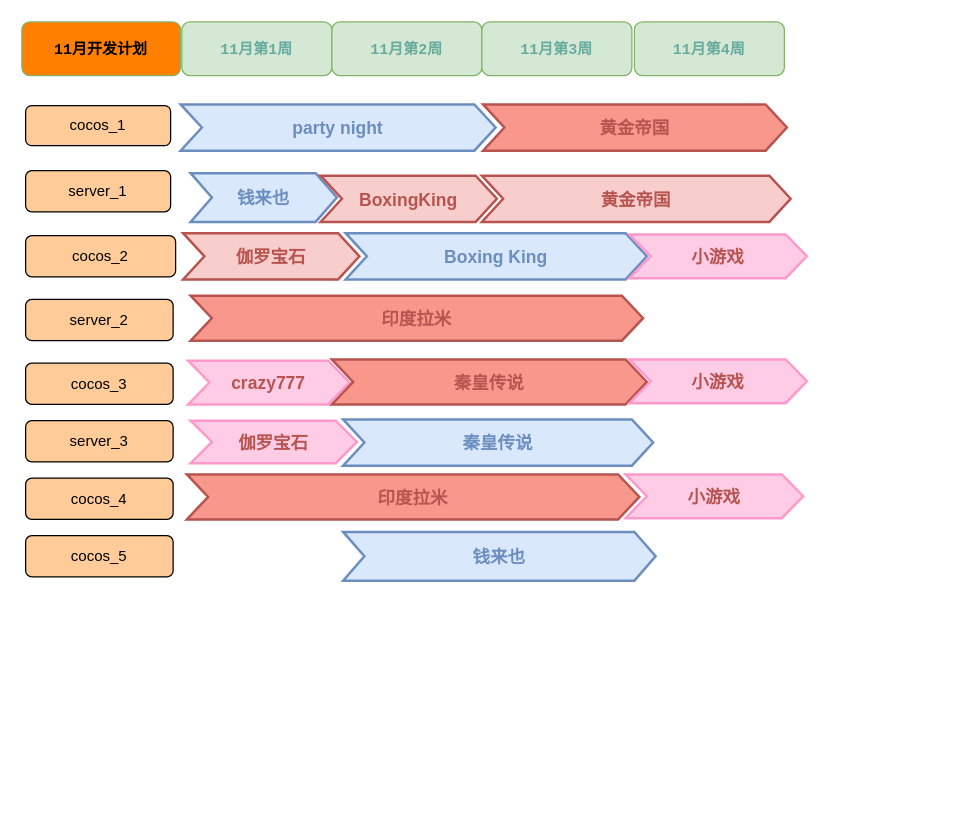
Before: 10月计划.drawio in iteevohe/images, a draw.io diagram. Source tidied: cells renumbered, new cells numbered last; positions are measured from the earlier drawing's top-left corner, leaving out a move shared by most shapes. Both pictures are drawn from the tidied source at 125%, with x=0, y=0 at pixel (21, 21).
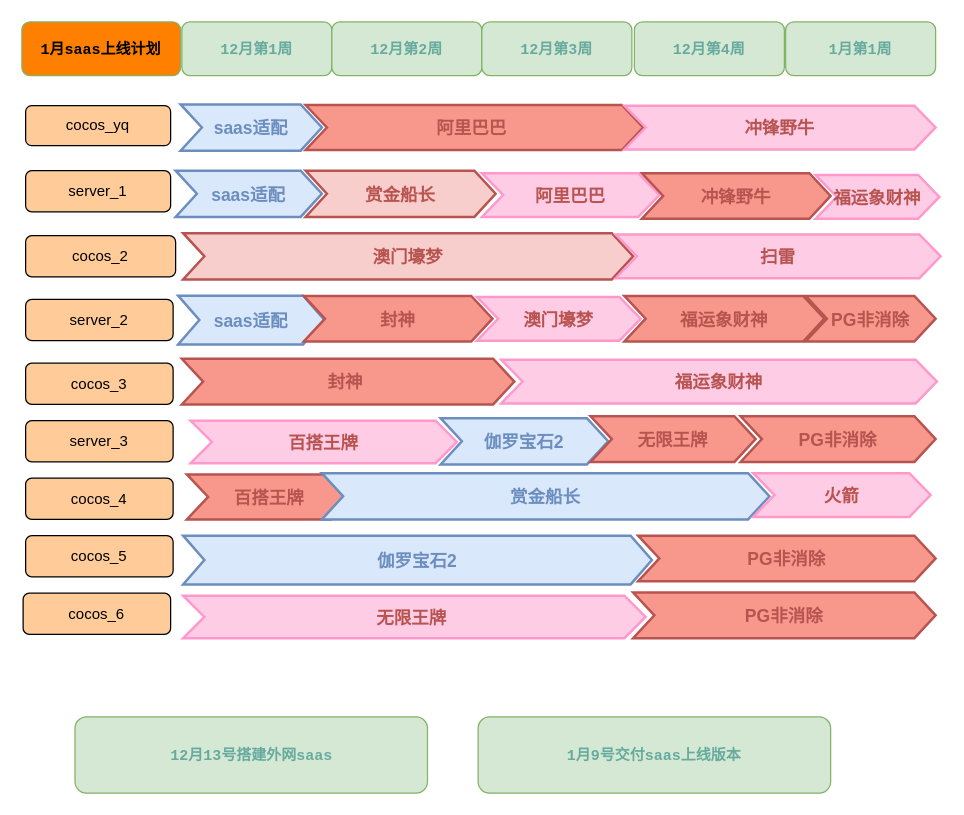
Above is the later version.

What changed in the source:
```diff
@@
     <mxCell id="2" style="swimlane;fontStyle=2;horizontal=1;startSize=0;fillColor=none;swimlaneFillColor=none;strokeColor=none;fontFamily=Helvetica;fontSize=14;fontColor=#BABABA;verticalAlign=middle;stackBorder=10;" parent="1" vertex="1">
-      <mxGeometry x="117" y="56" width="505" height="57" as="geometry" />
+      <mxGeometry x="117" y="56" width="133" height="57" as="geometry" />
     </mxCell>
-    <mxCell id="3" value="party night" style="shape=step;perimeter=stepPerimeter;strokeColor=#6C8EBF;fontFamily=Helvetica;fontSize=14;fontColor=#6C8EBF;fillColor=#dae8fc;fixedSize=1;size=17;fontStyle=1;strokeWidth=2;spacingTop=0;" parent="2" vertex="1">
-      <mxGeometry x="10" y="10" width="252" height="37" as="geometry" />
+    <mxCell id="3" value="saas适配" style="shape=step;perimeter=stepPerimeter;strokeColor=#6C8EBF;fontFamily=Helvetica;fontSize=14;fontColor=#6C8EBF;fillColor=#dae8fc;fixedSize=1;size=17;fontStyle=1;strokeWidth=2;spacingTop=0;" parent="2" vertex="1">
+      <mxGeometry x="10" y="10" width="113" height="37" as="geometry" />
     </mxCell>
-    <mxCell id="4" value="黄金帝国" style="shape=step;perimeter=stepPerimeter;strokeColor=#B85450;fontFamily=Helvetica;fontSize=14;fontColor=#B85450;fillColor=#F8988D;fixedSize=1;size=17;fontStyle=1;strokeWidth=2;spacingTop=0;" parent="2" vertex="1">
-      <mxGeometry x="252" y="10" width="243" height="37" as="geometry" />
-    </mxCell>
-    <mxCell id="5" value="&lt;font style=&quot;&quot; face=&quot;Courier New&quot;&gt;&lt;b style=&quot;&quot;&gt;11月开发计划&lt;/b&gt;&lt;/font&gt;" style="rounded=1;whiteSpace=wrap;html=1;fillColor=#FF8000;strokeColor=#82b366;" parent="1" vertex="1">
+    <mxCell id="5" value="&lt;font style=&quot;&quot; face=&quot;Courier New&quot;&gt;&lt;b style=&quot;&quot;&gt;1月saas上线计划&lt;/b&gt;&lt;/font&gt;" style="rounded=1;whiteSpace=wrap;html=1;fillColor=#FF8000;strokeColor=#82b366;" parent="1" vertex="1">
       <mxGeometry width="127" height="43" as="geometry" />
     </mxCell>
-    <mxCell id="6" value="&lt;font color=&quot;#67ab9f&quot; style=&quot;&quot; face=&quot;Courier New&quot;&gt;&lt;b style=&quot;&quot;&gt;11月第1周&lt;/b&gt;&lt;/font&gt;" style="rounded=1;whiteSpace=wrap;html=1;fillColor=#d5e8d4;strokeColor=#82b366;" parent="1" vertex="1">
+    <mxCell id="6" value="&lt;font color=&quot;#67ab9f&quot; style=&quot;&quot; face=&quot;Courier New&quot;&gt;&lt;b style=&quot;&quot;&gt;12月第1周&lt;/b&gt;&lt;/font&gt;" style="rounded=1;whiteSpace=wrap;html=1;fillColor=#d5e8d4;strokeColor=#82b366;" parent="1" vertex="1">
       <mxGeometry x="128" width="120" height="43" as="geometry" />
     </mxCell>
-    <mxCell id="7" value="&lt;font color=&quot;#67ab9f&quot; style=&quot;&quot; face=&quot;Courier New&quot;&gt;&lt;b style=&quot;&quot;&gt;11月第2周&lt;/b&gt;&lt;/font&gt;" style="rounded=1;whiteSpace=wrap;html=1;fillColor=#d5e8d4;strokeColor=#82b366;" parent="1" vertex="1">
+    <mxCell id="7" value="&lt;font color=&quot;#67ab9f&quot; style=&quot;&quot; face=&quot;Courier New&quot;&gt;&lt;b style=&quot;&quot;&gt;12月第2周&lt;/b&gt;&lt;/font&gt;" style="rounded=1;whiteSpace=wrap;html=1;fillColor=#d5e8d4;strokeColor=#82b366;" parent="1" vertex="1">
       <mxGeometry x="248" width="120" height="43" as="geometry" />
     </mxCell>
-    <mxCell id="8" value="&lt;font color=&quot;#67ab9f&quot; style=&quot;&quot; face=&quot;Courier New&quot;&gt;&lt;b style=&quot;&quot;&gt;11月第3周&lt;/b&gt;&lt;/font&gt;" style="rounded=1;whiteSpace=wrap;html=1;fillColor=#d5e8d4;strokeColor=#82b366;" parent="1" vertex="1">
+    <mxCell id="8" value="&lt;font color=&quot;#67ab9f&quot; style=&quot;&quot; face=&quot;Courier New&quot;&gt;&lt;b style=&quot;&quot;&gt;12月第3周&lt;/b&gt;&lt;/font&gt;" style="rounded=1;whiteSpace=wrap;html=1;fillColor=#d5e8d4;strokeColor=#82b366;" parent="1" vertex="1">
       <mxGeometry x="368" width="120" height="43" as="geometry" />
     </mxCell>
-    <mxCell id="9" value="&lt;font color=&quot;#67ab9f&quot; style=&quot;&quot; face=&quot;Courier New&quot;&gt;&lt;b style=&quot;&quot;&gt;11月第4周&lt;/b&gt;&lt;/font&gt;" style="rounded=1;whiteSpace=wrap;html=1;fillColor=#d5e8d4;strokeColor=#82b366;" parent="1" vertex="1">
+    <mxCell id="9" value="&lt;font color=&quot;#67ab9f&quot; style=&quot;&quot; face=&quot;Courier New&quot;&gt;&lt;b style=&quot;&quot;&gt;12月第4周&lt;/b&gt;&lt;/font&gt;" style="rounded=1;whiteSpace=wrap;html=1;fillColor=#d5e8d4;strokeColor=#82b366;" parent="1" vertex="1">
       <mxGeometry x="490" width="120" height="43" as="geometry" />
     </mxCell>
-    <mxCell id="10" value="钱来也" style="shape=step;perimeter=stepPerimeter;strokeColor=#6C8EBF;fontFamily=Helvetica;fontSize=14;fontColor=#6C8EBF;fillColor=#dae8fc;fixedSize=1;size=17;fontStyle=1;strokeWidth=2;spacingTop=0;" parent="1" vertex="1">
-      <mxGeometry x="135" y="121" width="117" height="39" as="geometry" />
+    <mxCell id="10" value="saas适配" style="shape=step;perimeter=stepPerimeter;strokeColor=#6C8EBF;fontFamily=Helvetica;fontSize=14;fontColor=#6C8EBF;fillColor=#dae8fc;fixedSize=1;size=17;fontStyle=1;strokeWidth=2;spacingTop=0;" parent="1" vertex="1">
+      <mxGeometry x="123" y="119" width="117" height="37" as="geometry" />
     </mxCell>
-    <mxCell id="11" value="黄金帝国" style="shape=step;perimeter=stepPerimeter;strokeColor=#B85450;fontFamily=Helvetica;fontSize=14;fontColor=#B85450;fillColor=#f8cecc;fixedSize=1;size=17;fontStyle=1;strokeWidth=2;spacingTop=0;" parent="1" vertex="1">
-      <mxGeometry x="368" y="123" width="247" height="37" as="geometry" />
-    </mxCell>
@@
-    <mxCell id="13" value="cocos_1" style="rounded=1;whiteSpace=wrap;html=1;fillColor=#FFCC99;" parent="1" vertex="1">
+    <mxCell id="13" value="cocos_yq" style="rounded=1;whiteSpace=wrap;html=1;fillColor=#FFCC99;" parent="1" vertex="1">
       <mxGeometry x="3" y="67" width="116" height="32" as="geometry" />
     </mxCell>
@@
-    <mxCell id="15" value="伽罗宝石" style="shape=step;perimeter=stepPerimeter;strokeColor=#B85450;fontFamily=Helvetica;fontSize=14;fontColor=#B85450;fillColor=#f8cecc;fixedSize=1;size=17;fontStyle=1;strokeWidth=2;spacingTop=0;" parent="1" vertex="1">
-      <mxGeometry x="129" y="169" width="141" height="37" as="geometry" />
+    <mxCell id="15" value="澳门壕梦" style="shape=step;perimeter=stepPerimeter;strokeColor=#B85450;fontFamily=Helvetica;fontSize=14;fontColor=#B85450;fillColor=#f8cecc;fixedSize=1;size=17;fontStyle=1;strokeWidth=2;spacingTop=0;" parent="1" vertex="1">
+      <mxGeometry x="129" y="169" width="360" height="37" as="geometry" />
     </mxCell>
@@
-    <mxCell id="17" value="印度拉米" style="shape=step;perimeter=stepPerimeter;strokeColor=#B85450;fontFamily=Helvetica;fontSize=14;fontColor=#B85450;fillColor=#F8988D;fixedSize=1;size=17;fontStyle=1;strokeWidth=2;spacingTop=0;" parent="1" vertex="1">
-      <mxGeometry x="135" y="219" width="362" height="36" as="geometry" />
-    </mxCell>
@@
-    <mxCell id="19" value="crazy777" style="shape=step;perimeter=stepPerimeter;strokeColor=#FF99CC;fontFamily=Helvetica;fontSize=14;fontColor=#B85450;fillColor=#FFCCE6;fixedSize=1;size=17;fontStyle=1;strokeWidth=2;spacingTop=0;" parent="1" vertex="1">
-      <mxGeometry x="133" y="271" width="129" height="35" as="geometry" />
+    <mxCell id="19" value="福运象财神" style="shape=step;perimeter=stepPerimeter;strokeColor=#FF99CC;fontFamily=Helvetica;fontSize=14;fontColor=#B85450;fillColor=#FFCCE6;fixedSize=1;size=17;fontStyle=1;strokeWidth=2;spacingTop=0;" parent="1" vertex="1">
+      <mxGeometry x="383.5" y="270.2" width="348.5" height="35" as="geometry" />
     </mxCell>
@@
-    <mxCell id="21" value="伽罗宝石" style="shape=step;perimeter=stepPerimeter;strokeColor=#FF99CC;fontFamily=Helvetica;fontSize=14;fontColor=#B85450;fillColor=#FFCCE6;fixedSize=1;size=17;fontStyle=1;strokeWidth=2;spacingTop=0;" parent="1" vertex="1">
-      <mxGeometry x="135" y="319" width="133" height="34" as="geometry" />
+    <mxCell id="21" value="百搭王牌" style="shape=step;perimeter=stepPerimeter;strokeColor=#FF99CC;fontFamily=Helvetica;fontSize=14;fontColor=#B85450;fillColor=#FFCCE6;fixedSize=1;size=17;fontStyle=1;strokeWidth=2;spacingTop=0;" parent="1" vertex="1">
+      <mxGeometry x="135" y="319" width="213" height="34" as="geometry" />
     </mxCell>
-    <mxCell id="22" value="Boxing King" style="shape=step;perimeter=stepPerimeter;strokeColor=#6C8EBF;fontFamily=Helvetica;fontSize=14;fontColor=#6C8EBF;fillColor=#dae8fc;fixedSize=1;size=17;fontStyle=1;strokeWidth=2;spacingTop=0;" parent="1" vertex="1">
-      <mxGeometry x="259" y="169" width="241" height="37" as="geometry" />
-    </mxCell>
-    <mxCell id="23" value="小游戏" style="shape=step;perimeter=stepPerimeter;strokeColor=#FF99CC;fontFamily=Helvetica;fontSize=14;fontColor=#B85450;fillColor=#FFCCE6;fixedSize=1;size=17;fontStyle=1;strokeWidth=2;spacingTop=0;" parent="1" vertex="1">
-      <mxGeometry x="486" y="170" width="142" height="35" as="geometry" />
+    <mxCell id="23" value="扫雷" style="shape=step;perimeter=stepPerimeter;strokeColor=#FF99CC;fontFamily=Helvetica;fontSize=14;fontColor=#B85450;fillColor=#FFCCE6;fixedSize=1;size=17;fontStyle=1;strokeWidth=2;spacingTop=0;" parent="1" vertex="1">
+      <mxGeometry x="475" y="170" width="260" height="35" as="geometry" />
     </mxCell>
-    <mxCell id="24" value="秦皇传说" style="shape=step;perimeter=stepPerimeter;strokeColor=#B85450;fontFamily=Helvetica;fontSize=14;fontColor=#B85450;fillColor=#F8988D;fixedSize=1;size=17;fontStyle=1;strokeWidth=2;spacingTop=0;" parent="1" vertex="1">
-      <mxGeometry x="248" y="270" width="252" height="36" as="geometry" />
-    </mxCell>
-    <mxCell id="25" value="BoxingKing" style="shape=step;perimeter=stepPerimeter;strokeColor=#B85450;fontFamily=Helvetica;fontSize=14;fontColor=#B85450;fillColor=#f8cecc;fixedSize=1;size=17;fontStyle=1;strokeWidth=2;spacingTop=0;" parent="1" vertex="1">
-      <mxGeometry x="239" y="123" width="141" height="37" as="geometry" />
+    <mxCell id="25" value="赏金船长" style="shape=step;perimeter=stepPerimeter;strokeColor=#B85450;fontFamily=Helvetica;fontSize=14;fontColor=#B85450;fillColor=#f8cecc;fixedSize=1;size=17;fontStyle=1;strokeWidth=2;spacingTop=0;" parent="1" vertex="1">
+      <mxGeometry x="227" y="119" width="152" height="37" as="geometry" />
     </mxCell>
-    <mxCell id="26" value="秦皇传说" style="shape=step;perimeter=stepPerimeter;strokeColor=#6C8EBF;fontFamily=Helvetica;fontSize=14;fontColor=#6C8EBF;fillColor=#dae8fc;fixedSize=1;size=17;fontStyle=1;strokeWidth=2;spacingTop=0;" parent="1" vertex="1">
-      <mxGeometry x="257" y="318" width="248" height="37" as="geometry" />
+    <mxCell id="26" value="伽罗宝石2" style="shape=step;perimeter=stepPerimeter;strokeColor=#6C8EBF;fontFamily=Helvetica;fontSize=14;fontColor=#6C8EBF;fillColor=#dae8fc;fixedSize=1;size=17;fontStyle=1;strokeWidth=2;spacingTop=0;" parent="1" vertex="1">
+      <mxGeometry x="335" y="317" width="134" height="37" as="geometry" />
     </mxCell>
@@
-    <mxCell id="29" value="钱来也" style="shape=step;perimeter=stepPerimeter;strokeColor=#6C8EBF;fontFamily=Helvetica;fontSize=14;fontColor=#6C8EBF;fillColor=#dae8fc;fixedSize=1;size=17;fontStyle=1;strokeWidth=2;spacingTop=0;" parent="1" vertex="1">
-      <mxGeometry x="257" y="408" width="250" height="39" as="geometry" />
+    <mxCell id="29" value="伽罗宝石2" style="shape=step;perimeter=stepPerimeter;strokeColor=#6C8EBF;fontFamily=Helvetica;fontSize=14;fontColor=#6C8EBF;fillColor=#dae8fc;fixedSize=1;size=17;fontStyle=1;strokeWidth=2;spacingTop=0;" parent="1" vertex="1">
+      <mxGeometry x="129" y="411" width="375" height="39" as="geometry" />
     </mxCell>
-    <mxCell id="30" value="印度拉米" style="shape=step;perimeter=stepPerimeter;strokeColor=#B85450;fontFamily=Helvetica;fontSize=14;fontColor=#B85450;fillColor=#F8988D;fixedSize=1;size=17;fontStyle=1;strokeWidth=2;spacingTop=0;" parent="1" vertex="1">
-      <mxGeometry x="132" y="362" width="362" height="36" as="geometry" />
+    <mxCell id="30" value="百搭王牌" style="shape=step;perimeter=stepPerimeter;strokeColor=#B85450;fontFamily=Helvetica;fontSize=14;fontColor=#B85450;fillColor=#F8988D;fixedSize=1;size=17;fontStyle=1;strokeWidth=2;spacingTop=0;" parent="1" vertex="1">
+      <mxGeometry x="132" y="362" width="132" height="36" as="geometry" />
     </mxCell>
-    <mxCell id="31" value="小游戏" style="shape=step;perimeter=stepPerimeter;strokeColor=#FF99CC;fontFamily=Helvetica;fontSize=14;fontColor=#B85450;fillColor=#FFCCE6;fixedSize=1;size=17;fontStyle=1;strokeWidth=2;spacingTop=0;" parent="1" vertex="1">
-      <mxGeometry x="483" y="362" width="142" height="35" as="geometry" />
-    </mxCell>
-    <mxCell id="32" value="小游戏" style="shape=step;perimeter=stepPerimeter;strokeColor=#FF99CC;fontFamily=Helvetica;fontSize=14;fontColor=#B85450;fillColor=#FFCCE6;fixedSize=1;size=17;fontStyle=1;strokeWidth=2;spacingTop=0;" parent="1" vertex="1">
-      <mxGeometry x="486" y="270" width="142" height="35" as="geometry" />
-    </mxCell>
+    <mxCell id="33" value="saas适配" style="shape=step;perimeter=stepPerimeter;strokeColor=#6C8EBF;fontFamily=Helvetica;fontSize=14;fontColor=#6C8EBF;fillColor=#dae8fc;fixedSize=1;size=17;fontStyle=1;strokeWidth=2;spacingTop=0;" parent="1" vertex="1">
+      <mxGeometry x="125" y="219" width="117" height="39" as="geometry" />
+    </mxCell>
+    <mxCell id="34" value="&lt;font color=&quot;#67ab9f&quot; style=&quot;&quot; face=&quot;Courier New&quot;&gt;&lt;b style=&quot;&quot;&gt;1月第1周&lt;/b&gt;&lt;/font&gt;" style="rounded=1;whiteSpace=wrap;html=1;fillColor=#d5e8d4;strokeColor=#82b366;" parent="1" vertex="1">
+      <mxGeometry x="611" width="120" height="43" as="geometry" />
+    </mxCell>
+    <mxCell id="35" value="cocos_6" style="rounded=1;whiteSpace=wrap;html=1;fillColor=#FFCC99;" parent="1" vertex="1">
+      <mxGeometry x="1" y="457" width="118" height="33" as="geometry" />
+    </mxCell>
+    <mxCell id="36" value="赏金船长" style="shape=step;perimeter=stepPerimeter;strokeColor=#6C8EBF;fontFamily=Helvetica;fontSize=14;fontColor=#6C8EBF;fillColor=#dae8fc;fixedSize=1;size=17;fontStyle=1;strokeWidth=2;spacingTop=0;" parent="1" vertex="1">
+      <mxGeometry x="240" y="361" width="358" height="37" as="geometry" />
+    </mxCell>
+    <mxCell id="37" value="阿里巴巴 " style="shape=step;perimeter=stepPerimeter;strokeColor=#B85450;fontFamily=Helvetica;fontSize=14;fontColor=#B85450;fillColor=#F8988D;fixedSize=1;size=17;fontStyle=1;strokeWidth=2;spacingTop=0;" parent="1" vertex="1">
+      <mxGeometry x="227" y="66.5" width="270" height="36" as="geometry" />
+    </mxCell>
+    <mxCell id="38" value="阿里巴巴" style="shape=step;perimeter=stepPerimeter;strokeColor=#FF99CC;fontFamily=Helvetica;fontSize=14;fontColor=#B85450;fillColor=#FFCCE6;fixedSize=1;size=17;fontStyle=1;strokeWidth=2;spacingTop=0;" parent="1" vertex="1">
+      <mxGeometry x="368" y="121" width="142" height="35" as="geometry" />
+    </mxCell>
+    <mxCell id="39" value="封神" style="shape=step;perimeter=stepPerimeter;strokeColor=#B85450;fontFamily=Helvetica;fontSize=14;fontColor=#B85450;fillColor=#F8988D;fixedSize=1;size=17;fontStyle=1;strokeWidth=2;spacingTop=0;" parent="1" vertex="1">
+      <mxGeometry x="225.5" y="219.2" width="151" height="36.5" as="geometry" />
+    </mxCell>
+    <mxCell id="40" value="冲锋野牛" style="shape=step;perimeter=stepPerimeter;strokeColor=#B85450;fontFamily=Helvetica;fontSize=14;fontColor=#B85450;fillColor=#F8988D;fixedSize=1;size=17;fontStyle=1;strokeWidth=2;spacingTop=0;" parent="1" vertex="1">
+      <mxGeometry x="496" y="121" width="151" height="36.5" as="geometry" />
+    </mxCell>
+    <mxCell id="41" value="无限王牌 " style="shape=step;perimeter=stepPerimeter;strokeColor=#FF99CC;fontFamily=Helvetica;fontSize=14;fontColor=#B85450;fillColor=#FFCCE6;fixedSize=1;size=17;fontStyle=1;strokeWidth=2;spacingTop=0;" parent="1" vertex="1">
+      <mxGeometry x="129" y="459" width="370" height="34" as="geometry" />
+    </mxCell>
+    <mxCell id="42" value="澳门壕梦" style="shape=step;perimeter=stepPerimeter;strokeColor=#FF99CC;fontFamily=Helvetica;fontSize=14;fontColor=#B85450;fillColor=#FFCCE6;fixedSize=1;size=17;fontStyle=1;strokeWidth=2;spacingTop=0;" parent="1" vertex="1">
+      <mxGeometry x="364" y="220" width="131" height="35" as="geometry" />
+    </mxCell>
+    <mxCell id="43" value="火箭" style="shape=step;perimeter=stepPerimeter;strokeColor=#FF99CC;fontFamily=Helvetica;fontSize=14;fontColor=#B85450;fillColor=#FFCCE6;fixedSize=1;size=17;fontStyle=1;strokeWidth=2;spacingTop=0;" parent="1" vertex="1">
+      <mxGeometry x="585" y="361" width="142" height="35" as="geometry" />
+    </mxCell>
+    <mxCell id="44" value="封神 " style="shape=step;perimeter=stepPerimeter;strokeColor=#B85450;fontFamily=Helvetica;fontSize=14;fontColor=#B85450;fillColor=#F8988D;fixedSize=1;size=17;fontStyle=1;strokeWidth=2;spacingTop=0;" parent="1" vertex="1">
+      <mxGeometry x="128" y="269.5" width="266" height="36.5" as="geometry" />
+    </mxCell>
+    <mxCell id="45" value="冲锋野牛" style="shape=step;perimeter=stepPerimeter;strokeColor=#FF99CC;fontFamily=Helvetica;fontSize=14;fontColor=#B85450;fillColor=#FFCCE6;fixedSize=1;size=17;fontStyle=1;strokeWidth=2;spacingTop=0;" parent="1" vertex="1">
+      <mxGeometry x="482" y="67" width="249" height="35" as="geometry" />
+    </mxCell>
+    <mxCell id="46" value="PG非消除" style="shape=step;perimeter=stepPerimeter;strokeColor=#B85450;fontFamily=Helvetica;fontSize=14;fontColor=#B85450;fillColor=#F8988D;fixedSize=1;size=17;fontStyle=1;strokeWidth=2;spacingTop=0;" parent="1" vertex="1">
+      <mxGeometry x="493" y="411" width="238" height="36.5" as="geometry" />
+    </mxCell>
+    <mxCell id="47" value="福运象财神" style="shape=step;perimeter=stepPerimeter;strokeColor=#FF99CC;fontFamily=Helvetica;fontSize=14;fontColor=#B85450;fillColor=#FFCCE6;fixedSize=1;size=17;fontStyle=1;strokeWidth=2;spacingTop=0;" parent="1" vertex="1">
+      <mxGeometry x="635" y="122.5" width="99" height="35" as="geometry" />
+    </mxCell>
+    <mxCell id="48" value="PG非消除" style="shape=step;perimeter=stepPerimeter;strokeColor=#B85450;fontFamily=Helvetica;fontSize=14;fontColor=#B85450;fillColor=#F8988D;fixedSize=1;size=17;fontStyle=1;strokeWidth=2;spacingTop=0;" parent="1" vertex="1">
+      <mxGeometry x="489" y="456.5" width="242" height="36.5" as="geometry" />
+    </mxCell>
+    <mxCell id="49" value="无限王牌" style="shape=step;perimeter=stepPerimeter;strokeColor=#B85450;fontFamily=Helvetica;fontSize=14;fontColor=#B85450;fillColor=#F8988D;fixedSize=1;size=17;fontStyle=1;strokeWidth=2;spacingTop=0;" parent="1" vertex="1">
+      <mxGeometry x="455" y="315.5" width="132" height="36.5" as="geometry" />
+    </mxCell>
+    <mxCell id="50" value="福运象财神" style="shape=step;perimeter=stepPerimeter;strokeColor=#B85450;fontFamily=Helvetica;fontSize=14;fontColor=#B85450;fillColor=#F8988D;fixedSize=1;size=17;fontStyle=1;strokeWidth=2;spacingTop=0;" parent="1" vertex="1">
+      <mxGeometry x="482" y="219.2" width="160" height="36.5" as="geometry" />
+    </mxCell>
+    <mxCell id="51" value="PG非消除" style="shape=step;perimeter=stepPerimeter;strokeColor=#B85450;fontFamily=Helvetica;fontSize=14;fontColor=#B85450;fillColor=#F8988D;fixedSize=1;size=17;fontStyle=1;strokeWidth=2;spacingTop=0;" parent="1" vertex="1">
+      <mxGeometry x="627" y="219.2" width="104" height="36.5" as="geometry" />
+    </mxCell>
+    <mxCell id="52" value="PG非消除" style="shape=step;perimeter=stepPerimeter;strokeColor=#B85450;fontFamily=Helvetica;fontSize=14;fontColor=#B85450;fillColor=#F8988D;fixedSize=1;size=17;fontStyle=1;strokeWidth=2;spacingTop=0;" parent="1" vertex="1">
+      <mxGeometry x="575" y="315.5" width="156" height="36.5" as="geometry" />
+    </mxCell>
+    <mxCell id="53" value="&lt;font color=&quot;#67ab9f&quot; style=&quot;&quot; face=&quot;Courier New&quot;&gt;&lt;b style=&quot;&quot;&gt;12月13号搭建外网saas&lt;/b&gt;&lt;/font&gt;" style="rounded=1;whiteSpace=wrap;html=1;fillColor=#d5e8d4;strokeColor=#82b366;" parent="1" vertex="1">
+      <mxGeometry x="42.5" y="556" width="282" height="61" as="geometry" />
+    </mxCell>
+    <mxCell id="54" value="&lt;font color=&quot;#67ab9f&quot; style=&quot;&quot; face=&quot;Courier New&quot;&gt;&lt;b style=&quot;&quot;&gt;1月9号交付saas上线版本&lt;/b&gt;&lt;/font&gt;" style="rounded=1;whiteSpace=wrap;html=1;fillColor=#d5e8d4;strokeColor=#82b366;" parent="1" vertex="1">
+      <mxGeometry x="365" y="556" width="282" height="61" as="geometry" />
+    </mxCell>
```
